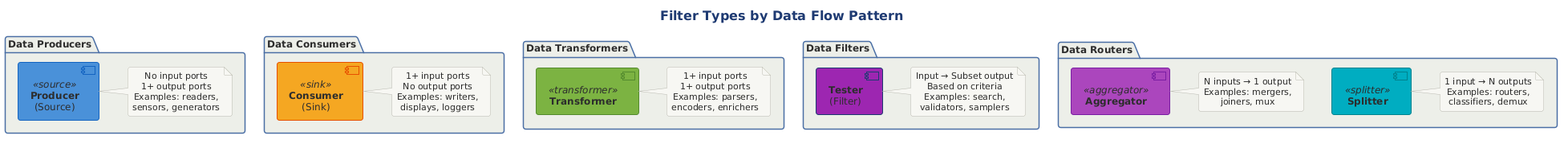
The PlantUML diagram src/architecture/views-and-beyond/style-catalogs/component-and-connector/pipe-and-filter-style/png/filter-types-by-data-flow-pattern.png in Notoriousjayy/latex-docs, before a commit. Source of this version:
```plantuml
@startuml

!$SOURCE_COLOR = "#4A90D9"
!$TRANSFORMER_COLOR = "#7CB342"
!$SINK_COLOR = "#F5A623"
!$SPLITTER_COLOR = "#00ACC1"
!$AGGREGATOR_COLOR = "#AB47BC"
!$ERROR_COLOR = "#EF5350"
!$TEE_COLOR = "#FF7043"
!$NEUTRAL_COLOR = "#455A64"

skinparam component {
    BackgroundColor #7CB342
    FontColor white
    BorderColor #558B2F
    BorderThickness 1
}

skinparam component<<source>> {
    BackgroundColor #4A90D9
    BorderColor #1565C0
}

skinparam component<<sink>> {
    BackgroundColor #F5A623
    BorderColor #E65100
}

skinparam component<<transformer>> {
    BackgroundColor #7CB342
    BorderColor #558B2F
}

skinparam component<<splitter>> {
    BackgroundColor #00ACC1
    BorderColor #00838F
}

skinparam component<<aggregator>> {
    BackgroundColor #AB47BC
    BorderColor #7B1FA2
}

skinparam component<<error>> {
    BackgroundColor #EF5350
    BorderColor #C62828
}

skinparam component<<tee>> {
    BackgroundColor #FF7043
    BorderColor #D84315
}

skinparam rectangle {
    BackgroundColor #FAFAFA
    BorderColor #90A4AE
    BorderThickness 1
}

skinparam package {
    BackgroundColor #F5F5F5
    BorderColor #666666
}

skinparam queue {
    BackgroundColor #FFF9C4
    BorderColor #F9A825
}




!include ../../../../../../tooling/styles/plantuml/structural/package-diagram-style.iuml

title Filter Types by Data Flow Pattern

package "Data Producers" {
    component "**Producer**\n(Source)" as Producer <<source>>
    note right of Producer
        No input ports
        1+ output ports
        Examples: readers,
        sensors, generators
    end note
}

package "Data Consumers" {
    component "**Consumer**\n(Sink)" as Consumer <<sink>>
    note right of Consumer
        1+ input ports
        No output ports
        Examples: writers,
        displays, loggers
    end note
}

package "Data Transformers" {
    component "**Transformer**" as Transformer <<transformer>>
    note right of Transformer
        1+ input ports
        1+ output ports
        Examples: parsers,
        encoders, enrichers
    end note
}

package "Data Filters" {
    component "**Tester**\n(Filter)" as Tester #9C27B0
    note right of Tester
        Input → Subset output
        Based on criteria
        Examples: search,
        validators, samplers
    end note
}

package "Data Routers" {
    component "**Splitter**" as Splitter <<splitter>>
    note right of Splitter
        1 input → N outputs
        Examples: routers,
        classifiers, demux
    end note

    component "**Aggregator**" as Aggregator <<aggregator>>
    note right of Aggregator
        N inputs → 1 output
        Examples: mergers,
        joiners, mux
    end note
}

@enduml
```
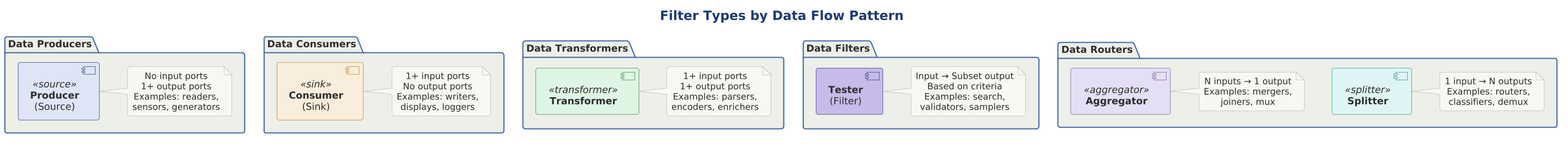
Above is the later version.

What changed in the source:
```diff
@@ -1,76 +1,8 @@
 @startuml
-
-!$SOURCE_COLOR = "#4A90D9"
-!$TRANSFORMER_COLOR = "#7CB342"
-!$SINK_COLOR = "#F5A623"
-!$SPLITTER_COLOR = "#00ACC1"
-!$AGGREGATOR_COLOR = "#AB47BC"
-!$ERROR_COLOR = "#EF5350"
-!$TEE_COLOR = "#FF7043"
-!$NEUTRAL_COLOR = "#455A64"
-
-skinparam component {
-    BackgroundColor #7CB342
-    FontColor white
-    BorderColor #558B2F
-    BorderThickness 1
-}
-
-skinparam component<<source>> {
-    BackgroundColor #4A90D9
-    BorderColor #1565C0
-}
-
-skinparam component<<sink>> {
-    BackgroundColor #F5A623
-    BorderColor #E65100
-}
-
-skinparam component<<transformer>> {
-    BackgroundColor #7CB342
-    BorderColor #558B2F
-}
-
-skinparam component<<splitter>> {
-    BackgroundColor #00ACC1
-    BorderColor #00838F
-}
-
-skinparam component<<aggregator>> {
-    BackgroundColor #AB47BC
-    BorderColor #7B1FA2
-}
-
-skinparam component<<error>> {
-    BackgroundColor #EF5350
-    BorderColor #C62828
-}
-
-skinparam component<<tee>> {
-    BackgroundColor #FF7043
-    BorderColor #D84315
-}
-
-skinparam rectangle {
-    BackgroundColor #FAFAFA
-    BorderColor #90A4AE
-    BorderThickness 1
-}
-
-skinparam package {
-    BackgroundColor #F5F5F5
-    BorderColor #666666
-}
-
-skinparam queue {
-    BackgroundColor #FFF9C4
-    BorderColor #F9A825
-}
-
-
-
+skinparam dpi 150
 
 !include ../../../../../../tooling/styles/plantuml/structural/package-diagram-style.iuml
+!include pipe-and-filter-roles.iuml
 
 title Filter Types by Data Flow Pattern
 
@@ -105,7 +37,7 @@
 }
 
 package "Data Filters" {
-    component "**Tester**\n(Filter)" as Tester #9C27B0
+    component "**Tester**\n(Filter)" as Tester $deep_alt
     note right of Tester
         Input → Subset output
         Based on criteria
```
